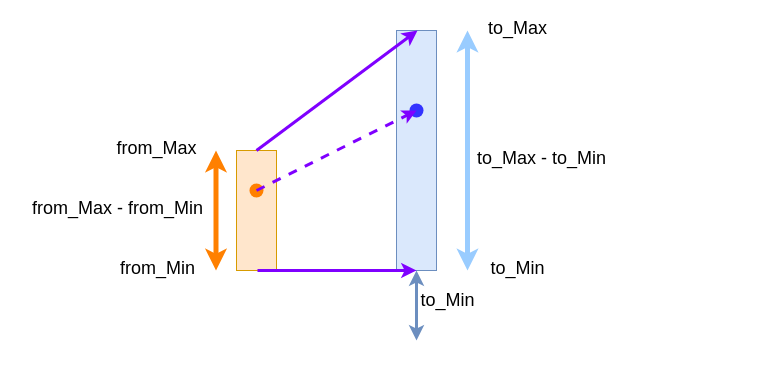
Above: docs/bots/MiniBit/images/scale.drawio in gmc-code/PC-Microbit-Extension-backup (draw.io), before the change. Source tidied: cells renumbered, new cells numbered last; positions are measured from the earlier drawing's top-left corner, leaving out a move shared by most shapes. Both pictures are drawn from the tidied source at 100%, with x=0, y=0 at pixel (17, 20).
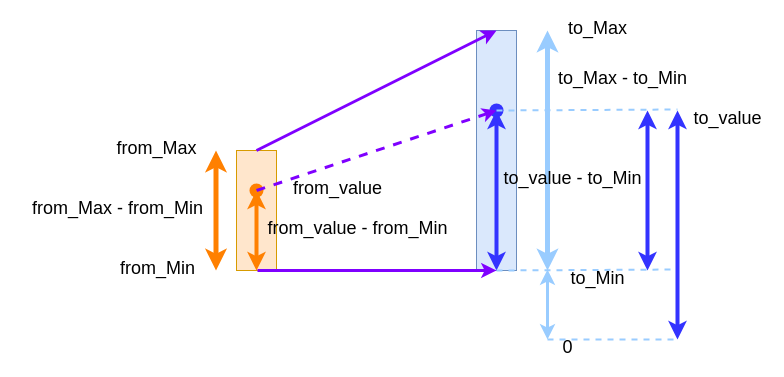
Above is the later version.

Unchanged cells that the change refers to:
```xml
<mxCell id="2" style="whiteSpace=wrap;fillColor=#FFE6CC;gradientDirection=east;strokeColor=#d79b00;html=1;" parent="1" vertex="1">
  <mxGeometry x="219" y="130" width="40" height="120" as="geometry" />
</mxCell>
<mxCell id="16" style="shape=waypoint;sketch=0;fillStyle=solid;size=6;points=[];fillColor=none;perimeter=centerPerimeter;snapToPoint=1;strokeColor=#FF8000;strokeWidth=5;" parent="1" vertex="1">
  <mxGeometry x="219" y="150" width="40" height="40" as="geometry" />
</mxCell>
```

Change to the diagram source:
```diff
@@
     <mxCell id="3" style="whiteSpace=wrap;fillColor=#dae8fc;gradientDirection=east;strokeColor=#6c8ebf;html=1;strokeWidth=1;" parent="1" vertex="1">
-      <mxGeometry x="379" y="10" width="40" height="240" as="geometry" />
+      <mxGeometry x="459" y="10" width="40" height="240" as="geometry" />
     </mxCell>
     <mxCell id="4" value="to_Min" style="text;spacingTop=-5;align=center;verticalAlign=middle;fontStyle=0;html=1;fontSize=18;strokeColor=none;" parent="1" vertex="1">
-      <mxGeometry x="460" y="240" width="80" height="20" as="geometry" />
+      <mxGeometry x="540" y="250" width="80" height="20" as="geometry" />
     </mxCell>
@@
     <mxCell id="7" value="to_Max" style="text;spacingTop=-5;align=center;verticalAlign=middle;fontStyle=0;html=1;fontSize=18;strokeColor=none;" parent="1" vertex="1">
-      <mxGeometry x="460" width="80" height="20" as="geometry" />
+      <mxGeometry x="540" width="80" height="20" as="geometry" />
     </mxCell>
@@
-    <mxCell id="9" style="endArrow=classic;html=1;rounded=0;exitX=0.5;exitY=0;exitDx=0;exitDy=0;fillColor=#e1d5e7;strokeColor=#7F00FF;strokeWidth=3;" parent="1" edge="1" source="2">
-      <mxGeometry relative="1" as="geometry">
-        <mxPoint x="400" y="10" as="targetPoint" />
-      </mxGeometry>
+    <mxCell id="9" style="endArrow=classic;html=1;rounded=0;exitX=0.5;exitY=0;exitDx=0;exitDy=0;fillColor=#e1d5e7;strokeColor=#7F00FF;strokeWidth=3;entryX=0.5;entryY=0;entryDx=0;entryDy=0;" parent="1" edge="1" source="2" target="3">
+      <mxGeometry relative="1" as="geometry" />
     </mxCell>
-    <mxCell id="10" style="endArrow=classic;startArrow=classic;html=1;rounded=0;strokeWidth=3;entryX=0.25;entryY=1;entryDx=0;entryDy=0;fillColor=#dae8fc;strokeColor=#6c8ebf;" parent="1" edge="1">
+    <mxCell id="10" style="endArrow=classic;startArrow=classic;html=1;rounded=0;strokeWidth=3;entryX=0.25;entryY=1;entryDx=0;entryDy=0;fillColor=#dae8fc;strokeColor=#99CCFF;" parent="1" edge="1">
       <mxGeometry relative="1" as="geometry">
-        <mxPoint x="399" y="320" as="sourcePoint" />
-        <mxPoint x="399" y="250" as="targetPoint" />
+        <mxPoint x="530" y="319" as="sourcePoint" />
+        <mxPoint x="530" y="249" as="targetPoint" />
       </mxGeometry>
     </mxCell>
-    <mxCell id="11" value="to_Min" style="text;spacingTop=-5;align=center;verticalAlign=middle;fontStyle=0;html=1;fontSize=18;strokeColor=none;" parent="1" vertex="1">
-      <mxGeometry x="400" y="272" width="60" height="20" as="geometry" />
+    <mxCell id="11" value="0" style="text;spacingTop=-5;align=center;verticalAlign=middle;fontStyle=0;html=1;fontSize=18;strokeColor=none;" parent="1" vertex="1">
+      <mxGeometry x="540" y="319" width="20" height="20" as="geometry" />
     </mxCell>
@@
-    <mxCell id="14" value="to_Max - to_Min" style="text;spacingTop=-5;align=center;verticalAlign=middle;fontStyle=0;html=1;fontSize=18;" parent="1" vertex="1">
-      <mxGeometry x="449" y="130" width="150" height="20" as="geometry" />
-    </mxCell>
     <mxCell id="15" style="endArrow=classic;startArrow=classic;html=1;rounded=0;strokeColor=#99CCFF;strokeWidth=5;fillColor=#dae8fc;" parent="1" edge="1">
       <mxGeometry relative="1" as="geometry">
-        <mxPoint x="450" y="250" as="sourcePoint" />
-        <mxPoint x="450" y="10" as="targetPoint" />
+        <mxPoint x="530" y="250" as="sourcePoint" />
+        <mxPoint x="530" y="10" as="targetPoint" />
       </mxGeometry>
     </mxCell>
@@
     <mxCell id="17" style="shape=waypoint;sketch=0;fillStyle=solid;size=6;points=[];fillColor=none;perimeter=centerPerimeter;snapToPoint=1;strokeColor=#3333FF;strokeWidth=5;" parent="1" vertex="1">
-      <mxGeometry x="379" y="70" width="40" height="40" as="geometry" />
+      <mxGeometry x="459" y="70" width="40" height="40" as="geometry" />
     </mxCell>
@@
+    <mxCell id="19" style="endArrow=classic;startArrow=classic;html=1;rounded=0;strokeColor=#FF8000;strokeWidth=4;entryX=0.75;entryY=0.925;entryDx=0;entryDy=0;entryPerimeter=0;exitX=0.5;exitY=1;exitDx=0;exitDy=0;" parent="1" edge="1" source="2" target="16">
+      <mxGeometry relative="1" as="geometry" />
+    </mxCell>
+    <mxCell id="20" value="from_value" style="text;spacingTop=-5;align=center;verticalAlign=middle;fontStyle=0;html=1;fontSize=18;" parent="1" vertex="1">
+      <mxGeometry x="270" y="160" width="100" height="20" as="geometry" />
+    </mxCell>
+    <mxCell id="21" value="from_value - from_Min" style="text;spacingTop=-5;align=center;verticalAlign=middle;fontStyle=0;html=1;fontSize=18;" parent="1" vertex="1">
+      <mxGeometry x="310" y="200" width="60" height="20" as="geometry" />
+    </mxCell>
+    <mxCell id="22" style="endArrow=classic;startArrow=classic;html=1;rounded=0;strokeColor=#3333FF;strokeWidth=4;entryX=0.475;entryY=0.675;entryDx=0;entryDy=0;entryPerimeter=0;exitX=0.5;exitY=1;exitDx=0;exitDy=0;" parent="1" edge="1" source="3" target="17">
+      <mxGeometry relative="1" as="geometry" />
+    </mxCell>
+    <mxCell id="23" value="to_value - to_Min" style="text;spacingTop=-5;align=center;verticalAlign=middle;fontStyle=0;html=1;fontSize=18;" parent="1" vertex="1">
+      <mxGeometry x="480" y="150" width="150" height="20" as="geometry" />
+    </mxCell>
+    <mxCell id="24" style="endArrow=classic;startArrow=classic;html=1;rounded=0;strokeColor=#3333FF;strokeWidth=4;entryX=0.475;entryY=0.675;entryDx=0;entryDy=0;entryPerimeter=0;exitX=0.5;exitY=1;exitDx=0;exitDy=0;" parent="1" edge="1">
+      <mxGeometry relative="1" as="geometry">
+        <mxPoint x="630" y="250" as="sourcePoint" />
+        <mxPoint x="630" y="90" as="targetPoint" />
+      </mxGeometry>
+    </mxCell>
+    <mxCell id="25" style="endArrow=none;dashed=1;html=1;strokeWidth=2;rounded=0;exitX=0.5;exitY=1;exitDx=0;exitDy=0;strokeColor=#99CCFF;" parent="1" edge="1" source="3">
+      <mxGeometry relative="1" as="geometry">
+        <mxPoint x="660" y="249" as="targetPoint" />
+      </mxGeometry>
+    </mxCell>
+    <mxCell id="26" style="endArrow=none;dashed=1;html=1;strokeWidth=2;rounded=0;exitX=0.625;exitY=0.525;exitDx=0;exitDy=0;exitPerimeter=0;strokeColor=#99CCFF;" parent="1" edge="1" source="17">
+      <mxGeometry relative="1" as="geometry">
+        <mxPoint x="660" y="89" as="targetPoint" />
+      </mxGeometry>
+    </mxCell>
+    <mxCell id="14" value="to_Max - to_Min" style="text;spacingTop=-5;align=center;verticalAlign=middle;fontStyle=0;html=1;fontSize=18;" parent="1" vertex="1">
+      <mxGeometry x="530" y="50" width="150" height="20" as="geometry" />
+    </mxCell>
+    <mxCell id="27" style="endArrow=classic;startArrow=classic;html=1;rounded=0;strokeColor=#3333FF;strokeWidth=4;entryX=0.475;entryY=0.675;entryDx=0;entryDy=0;entryPerimeter=0;" parent="1" edge="1">
+      <mxGeometry relative="1" as="geometry">
+        <mxPoint x="660" y="319" as="sourcePoint" />
+        <mxPoint x="660" y="90" as="targetPoint" />
+      </mxGeometry>
+    </mxCell>
+    <mxCell id="28" style="endArrow=none;dashed=1;html=1;strokeWidth=2;rounded=0;strokeColor=#99CCFF;" parent="1" edge="1">
+      <mxGeometry relative="1" as="geometry">
+        <mxPoint x="530" y="319" as="sourcePoint" />
+        <mxPoint x="660" y="319" as="targetPoint" />
+      </mxGeometry>
+    </mxCell>
+    <mxCell id="29" value="to_value" style="text;spacingTop=-5;align=center;verticalAlign=middle;fontStyle=0;html=1;fontSize=18;" parent="1" vertex="1">
+      <mxGeometry x="670" y="90" width="80" height="20" as="geometry" />
+    </mxCell>
```
